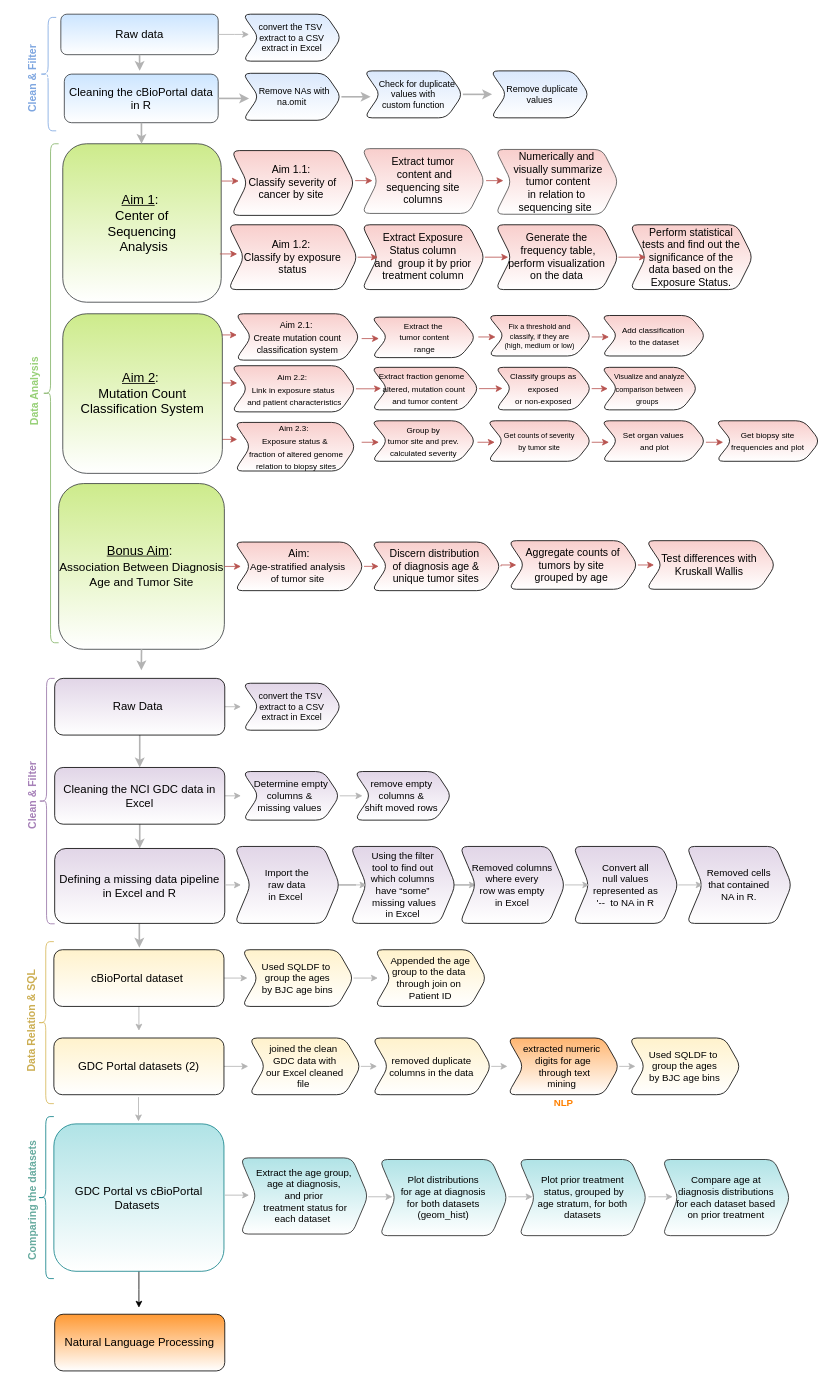
Above: Updated_img.drawio in aiy-wish/Data-Wrangling-Project (draw.io), before the change. Source tidied: cells renumbered, new cells numbered last; positions are measured from the earlier drawing's top-left corner, leaving out a move shared by most shapes. Both pictures are drawn from the tidied source at 81%, with x=0, y=0 at pixel (-32, 14).
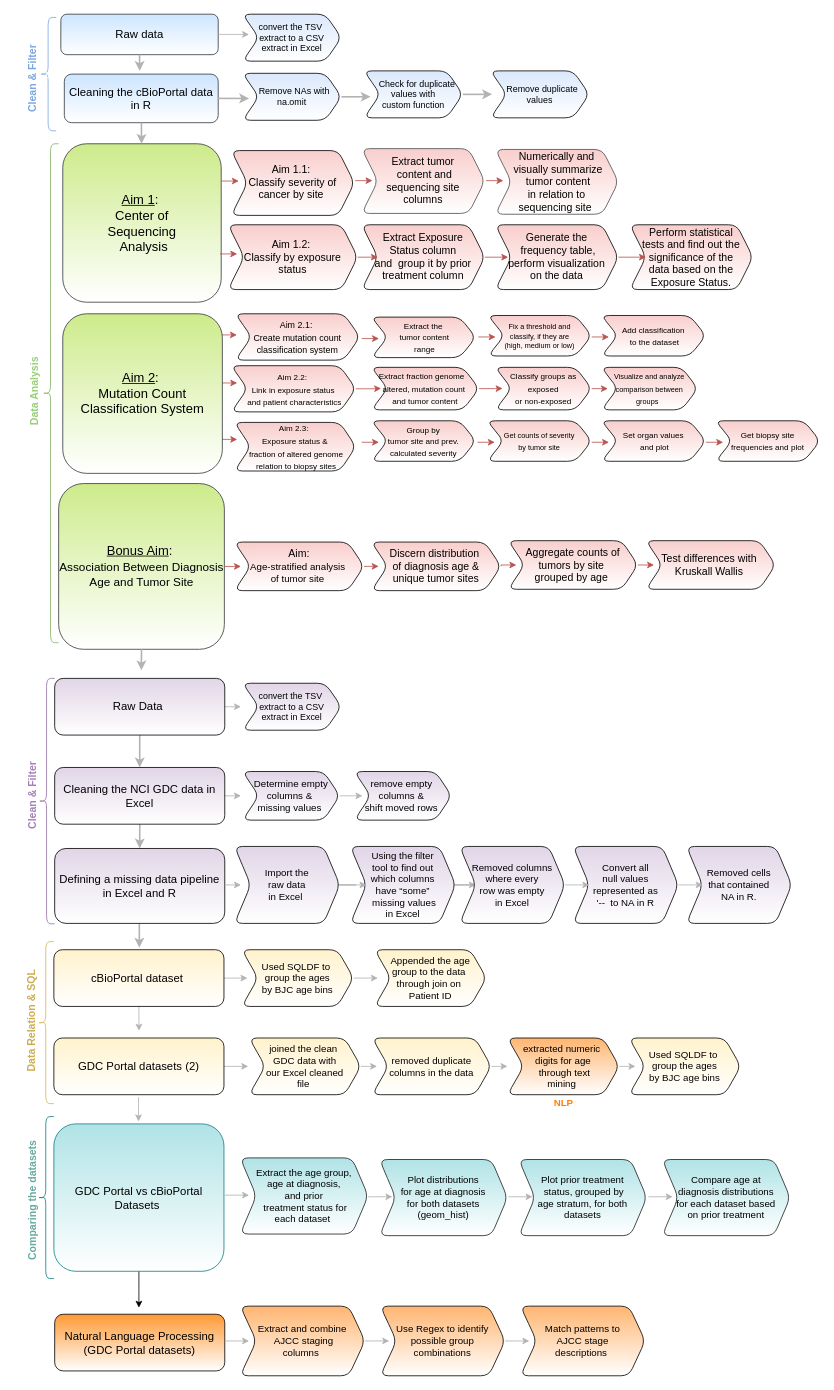
The same page after the edit.

The edit, as a diff of the source:
```diff
@@
-    <mxCell id="130" value="Natural Language Processing" style="rounded=1;whiteSpace=wrap;html=1;fontSize=14;strokeColor=default;fillColor=#FF9933;align=center;gradientColor=#ffffff;" parent="1" vertex="1">
+    <mxCell id="130" value="Natural Language Processing (GDC Portal datasets)" style="rounded=1;whiteSpace=wrap;html=1;fontSize=14;strokeColor=default;fillColor=#FF9933;align=center;gradientColor=#ffffff;" parent="1" vertex="1">
       <mxGeometry x="107" y="1605" width="210" height="70" as="geometry" />
     </mxCell>
+    <mxCell id="131" value="Extract and combine&lt;br&gt;&amp;nbsp;AJCC staging &lt;br&gt;columns&amp;nbsp;" style="shape=step;perimeter=stepPerimeter;whiteSpace=wrap;html=1;fixedSize=1;fontSize=12;strokeColor=default;rounded=1;fillColor=#FFB570;gradientColor=#ffffff;" parent="1" vertex="1">
+      <mxGeometry x="336" y="1595" width="154" height="86" as="geometry" />
+    </mxCell>
+    <mxCell id="132" style="edgeStyle=orthogonalEdgeStyle;rounded=0;orthogonalLoop=1;jettySize=auto;html=1;exitX=1;exitY=0.5;exitDx=0;exitDy=0;fontSize=12;strokeColor=#B3B3B3;" parent="1" edge="1">
+      <mxGeometry relative="1" as="geometry">
+        <mxPoint x="317" y="1638" as="sourcePoint" />
+        <mxPoint x="347" y="1638" as="targetPoint" />
+      </mxGeometry>
+    </mxCell>
+    <mxCell id="133" value="Use Regex to identify possible group combinations" style="shape=step;perimeter=stepPerimeter;whiteSpace=wrap;html=1;fixedSize=1;fontSize=12;strokeColor=default;rounded=1;fillColor=#FFB570;gradientColor=#ffffff;" parent="1" vertex="1">
+      <mxGeometry x="509" y="1595" width="154" height="86" as="geometry" />
+    </mxCell>
+    <mxCell id="134" style="edgeStyle=orthogonalEdgeStyle;rounded=0;orthogonalLoop=1;jettySize=auto;html=1;exitX=1;exitY=0.5;exitDx=0;exitDy=0;fontSize=12;strokeColor=#B3B3B3;" parent="1" edge="1">
+      <mxGeometry relative="1" as="geometry">
+        <mxPoint x="490" y="1638" as="sourcePoint" />
+        <mxPoint x="520" y="1638" as="targetPoint" />
+      </mxGeometry>
+    </mxCell>
+    <mxCell id="135" value="Match patterns to &lt;br&gt;AJCC stage &lt;br&gt;descriptions&amp;nbsp;" style="shape=step;perimeter=stepPerimeter;whiteSpace=wrap;html=1;fixedSize=1;fontSize=12;strokeColor=default;rounded=1;fillColor=#FFB570;gradientColor=#ffffff;" parent="1" vertex="1">
+      <mxGeometry x="682" y="1595" width="154" height="86" as="geometry" />
+    </mxCell>
+    <mxCell id="136" style="edgeStyle=orthogonalEdgeStyle;rounded=0;orthogonalLoop=1;jettySize=auto;html=1;exitX=1;exitY=0.5;exitDx=0;exitDy=0;fontSize=12;strokeColor=#B3B3B3;" parent="1" edge="1">
+      <mxGeometry relative="1" as="geometry">
+        <mxPoint x="663" y="1638" as="sourcePoint" />
+        <mxPoint x="693" y="1638" as="targetPoint" />
+      </mxGeometry>
+    </mxCell>
```
